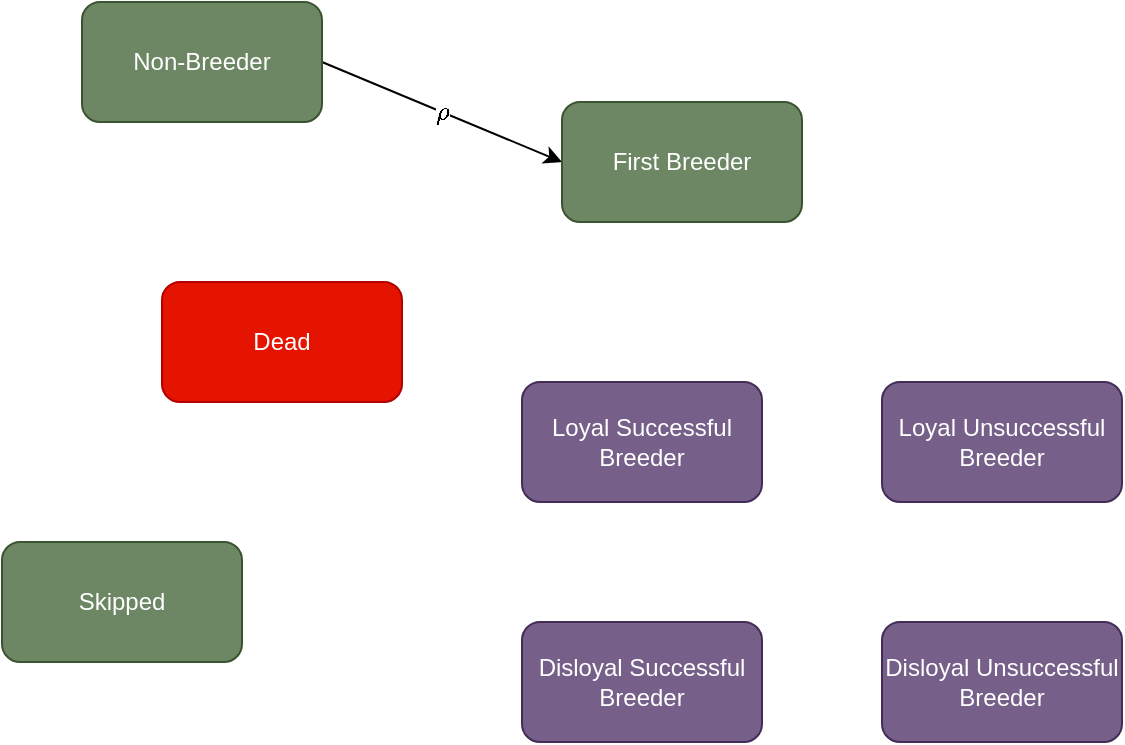
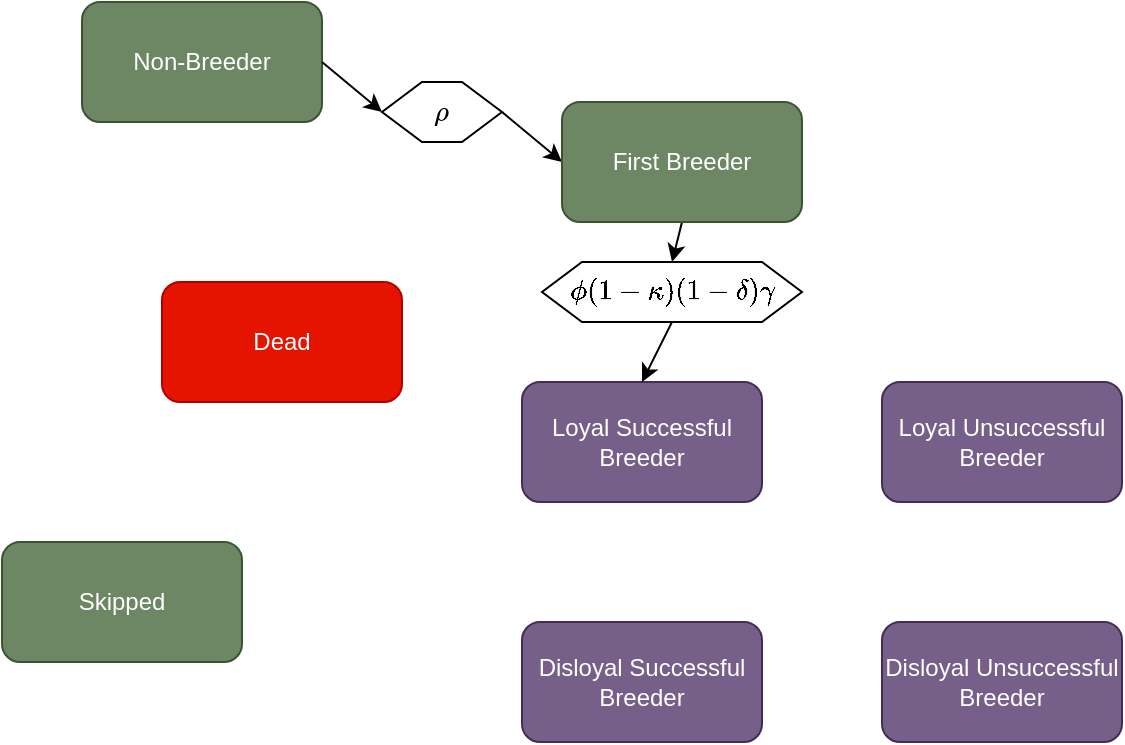
<mxfile host="app.diagrams.net">
  <diagram name="Page-1" id="wUDSlnhzwO5cUAxV7Eql">
-     <mxGraphModel dx="673" dy="370" grid="1" gridSize="10" guides="1" tooltips="1" connect="1" arrows="1" fold="1" page="1" pageScale="1" pageWidth="827" pageHeight="1169" math="0" shadow="0">
+     <mxGraphModel dx="975" dy="537" grid="1" gridSize="10" guides="1" tooltips="1" connect="1" arrows="1" fold="1" page="1" pageScale="1" pageWidth="827" pageHeight="1169" math="1" shadow="0">
      <root>
        <mxCell id="0" />
        <mxCell id="1" parent="0" />
-         <mxCell id="mwtGU6Sjf1rz2MGoIkJN-2" edge="1" parent="1" source="S9xtnQWW3qivG_twg9RA-1" style="rounded=0;orthogonalLoop=1;jettySize=auto;html=1;exitX=1;exitY=0.5;exitDx=0;exitDy=0;entryX=0;entryY=0.5;entryDx=0;entryDy=0;" target="S9xtnQWW3qivG_twg9RA-2">
+         <mxCell id="mwtGU6Sjf1rz2MGoIkJN-2" edge="1" parent="1" source="tVhyMGcHDWt4PqgZy7Cu-4" style="rounded=0;orthogonalLoop=1;jettySize=auto;html=1;exitX=1;exitY=0.5;exitDx=0;exitDy=0;entryX=0;entryY=0.5;entryDx=0;entryDy=0;" target="S9xtnQWW3qivG_twg9RA-2">
          <mxGeometry relative="1" as="geometry" />
-         </mxCell>
-         <mxCell id="mwtGU6Sjf1rz2MGoIkJN-3" connectable="0" parent="mwtGU6Sjf1rz2MGoIkJN-2" style="edgeLabel;html=1;align=center;verticalAlign=middle;resizable=0;points=[];" value="&lt;div&gt;\(\rho\)&lt;/div&gt;" vertex="1">
-           <mxGeometry relative="1" x="-0.0084" as="geometry">
-             <mxPoint as="offset" />
-           </mxGeometry>
        </mxCell>
        <mxCell id="S9xtnQWW3qivG_twg9RA-1" parent="1" style="rounded=1;whiteSpace=wrap;html=1;fillColor=#6d8764;fontColor=#ffffff;strokeColor=#3A5431;" value="Non-Breeder" vertex="1">
          <mxGeometry height="60" width="120" x="80" y="40" as="geometry" />
+         </mxCell>
+         <mxCell id="tVhyMGcHDWt4PqgZy7Cu-1" edge="1" parent="1" source="S9xtnQWW3qivG_twg9RA-2" style="rounded=0;orthogonalLoop=1;jettySize=auto;html=1;exitX=0.5;exitY=1;exitDx=0;exitDy=0;entryX=0.5;entryY=0;entryDx=0;entryDy=0;" target="tVhyMGcHDWt4PqgZy7Cu-6">
+           <mxGeometry relative="1" as="geometry" />
        </mxCell>
        <mxCell id="S9xtnQWW3qivG_twg9RA-2" parent="1" style="rounded=1;whiteSpace=wrap;html=1;fillColor=#6d8764;fontColor=#ffffff;strokeColor=#3A5431;" value="First Breeder" vertex="1">
          <mxGeometry height="60" width="120" x="320" y="90" as="geometry" />
        </mxCell>
        <mxCell id="S9xtnQWW3qivG_twg9RA-3" parent="1" style="rounded=1;whiteSpace=wrap;html=1;fillColor=#76608a;strokeColor=#432D57;fontColor=#ffffff;" value="Loyal Successful Breeder" vertex="1">
          <mxGeometry height="60" width="120" x="300" y="230" as="geometry" />
        </mxCell>
        <mxCell id="S9xtnQWW3qivG_twg9RA-4" parent="1" style="rounded=1;whiteSpace=wrap;html=1;fillColor=#76608a;strokeColor=#432D57;fontColor=#ffffff;" value="Disloyal Successful Breeder" vertex="1">
          <mxGeometry height="60" width="120" x="300" y="350" as="geometry" />
        </mxCell>
        <mxCell id="S9xtnQWW3qivG_twg9RA-5" parent="1" style="rounded=1;whiteSpace=wrap;html=1;fillColor=#76608a;strokeColor=#432D57;fontColor=#ffffff;" value="Loyal Unsuccessful Breeder" vertex="1">
          <mxGeometry height="60" width="120" x="480" y="230" as="geometry" />
        </mxCell>
        <mxCell id="S9xtnQWW3qivG_twg9RA-6" parent="1" style="rounded=1;whiteSpace=wrap;html=1;fillColor=#76608a;strokeColor=#432D57;fontColor=#ffffff;" value="Disloyal Unsuccessful Breeder" vertex="1">
          <mxGeometry height="60" width="120" x="480" y="350" as="geometry" />
        </mxCell>
        <mxCell id="S9xtnQWW3qivG_twg9RA-7" parent="1" style="rounded=1;whiteSpace=wrap;html=1;fillColor=#6d8764;fontColor=#ffffff;strokeColor=#3A5431;" value="Skipped" vertex="1">
          <mxGeometry height="60" width="120" x="40" y="310" as="geometry" />
        </mxCell>
        <mxCell id="S9xtnQWW3qivG_twg9RA-8" parent="1" style="rounded=1;whiteSpace=wrap;html=1;fillColor=#e51400;fontColor=#ffffff;strokeColor=#B20000;" value="Dead" vertex="1">
          <mxGeometry height="60" width="120" x="120" y="180" as="geometry" />
        </mxCell>
+         <mxCell id="tVhyMGcHDWt4PqgZy7Cu-5" edge="1" parent="1" source="S9xtnQWW3qivG_twg9RA-1" style="rounded=0;orthogonalLoop=1;jettySize=auto;html=1;exitX=1;exitY=0.5;exitDx=0;exitDy=0;entryX=0;entryY=0.5;entryDx=0;entryDy=0;" target="tVhyMGcHDWt4PqgZy7Cu-4" value="">
+           <mxGeometry relative="1" as="geometry">
+             <mxPoint x="200" y="70" as="sourcePoint" />
+             <mxPoint x="320" y="120" as="targetPoint" />
+           </mxGeometry>
+         </mxCell>
+         <mxCell id="tVhyMGcHDWt4PqgZy7Cu-4" parent="1" style="shape=hexagon;perimeter=hexagonPerimeter2;whiteSpace=wrap;html=1;fixedSize=1;" value="&lt;svg style=&quot;vertical-align: -0.489ex;&quot; xmlns=&quot;http://www.w3.org/2000/svg&quot; width=&quot;1.17ex&quot; height=&quot;1.489ex&quot; role=&quot;img&quot; viewBox=&quot;0 -442 517 658&quot; xmlns:xlink=&quot;http://www.w3.org/1999/xlink&quot;&gt;&lt;defs&gt;&lt;path id=&quot;MJX-2-TEX-I-1D70C&quot; d=&quot;M58-216C70-216 82-211 92-202C103-191 101-195 133-71L160 41C184 12 204-10 255-10L266-10C277-10 284-9 300-5C420 26 510 161 510 276C510 365 462 423 393 439C385 441 371 442 359 442C352 442 346 441 341 441C284 432 227 396 182 341C161 313 137 268 127 234C124 228 23-172 23-186C24-204 38-216 58-216M424 322C424 275 404 210 393 169C378 118 361 87 334 62C311 39 286 26 260 26C216 26 186 56 176 102L193 170C214 256 219 273 231 300C259 362 311 405 357 405C402 405 424 370 424 322Z&quot;&gt;&lt;/path&gt;&lt;/defs&gt;&lt;g stroke=&quot;currentColor&quot; fill=&quot;currentColor&quot; stroke-width=&quot;0&quot; transform=&quot;scale(1,-1)&quot;&gt;&lt;g data-mml-node=&quot;math&quot; data-latex=&quot;\rho&quot;&gt;&lt;g data-mml-node=&quot;mi&quot; data-latex=&quot;\rho&quot;&gt;&lt;use data-c=&quot;1D70C&quot; xlink:href=&quot;#MJX-2-TEX-I-1D70C&quot;&gt;&lt;/use&gt;&lt;/g&gt;&lt;/g&gt;&lt;/g&gt;&lt;/svg&gt;" vertex="1">
+           <mxGeometry height="30" width="60" x="230" y="80" as="geometry" />
+         </mxCell>
+         <mxCell id="tVhyMGcHDWt4PqgZy7Cu-7" edge="1" parent="1" source="tVhyMGcHDWt4PqgZy7Cu-6" style="rounded=0;orthogonalLoop=1;jettySize=auto;html=1;exitX=0.5;exitY=1;exitDx=0;exitDy=0;entryX=0.5;entryY=0;entryDx=0;entryDy=0;" target="S9xtnQWW3qivG_twg9RA-3">
+           <mxGeometry relative="1" as="geometry" />
+         </mxCell>
+         <mxCell id="tVhyMGcHDWt4PqgZy7Cu-6" parent="1" style="shape=hexagon;perimeter=hexagonPerimeter2;whiteSpace=wrap;html=1;fixedSize=1;" value="&lt;div&gt;$$\phi(1-\kappa)(1-\delta)\gamma$$&lt;/div&gt;" vertex="1">
+           <mxGeometry height="30" width="130" x="310" y="170" as="geometry" />
+         </mxCell>
      </root>
    </mxGraphModel>
  </diagram>
</mxfile>
